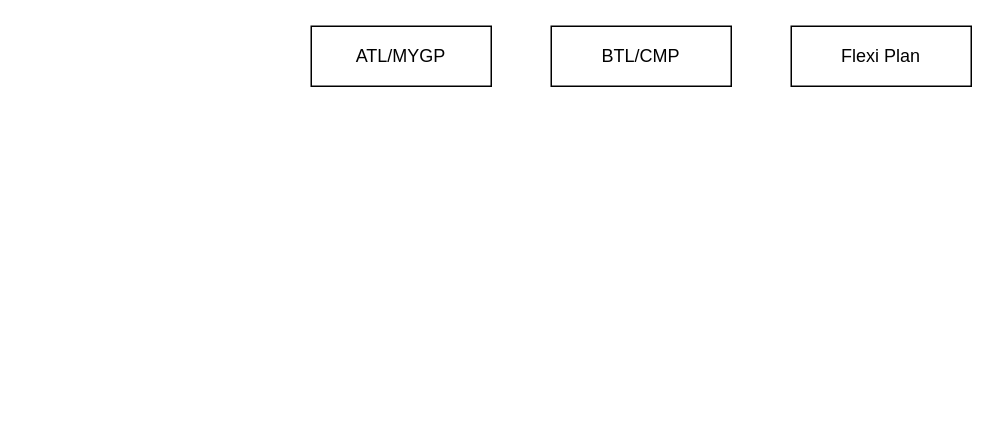
Above: Pack Journey.drawio in sudiptobd/diagrams (draw.io), before the change. Source tidied: cells renumbered, new cells numbered last; positions are measured from the earlier drawing's top-left corner, leaving out a move shared by most shapes. Both pictures are drawn from the tidied source at 150%, with x=0, y=0 at pixel (310, 26).
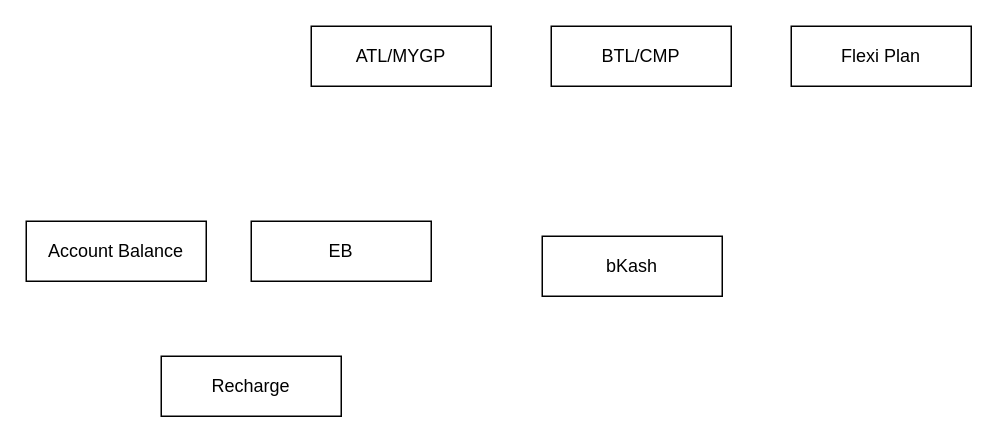
The same diagram, later.

Commit message:
payment options

The edit, as a diff of the source:
```diff
@@
 <mxGraphModel>
   <root>
     <mxCell id="0" />
     <mxCell id="1" parent="0" />
     <mxCell id="2" value="ATL/MYGP" style="rounded=0;whiteSpace=wrap;html=1;" parent="1" vertex="1">
       <mxGeometry width="120" height="40" as="geometry" />
     </mxCell>
     <mxCell id="3" value="BTL/CMP" style="rounded=0;whiteSpace=wrap;html=1;" parent="1" vertex="1">
       <mxGeometry x="160" width="120" height="40" as="geometry" />
     </mxCell>
     <mxCell id="4" value="Flexi Plan" style="rounded=0;whiteSpace=wrap;html=1;" parent="1" vertex="1">
       <mxGeometry x="320" width="120" height="40" as="geometry" />
     </mxCell>
+    <mxCell id="5" value="Recharge" style="rounded=0;whiteSpace=wrap;html=1;" parent="1" vertex="1">
+      <mxGeometry x="-100" y="220" width="120" height="40" as="geometry" />
+    </mxCell>
+    <mxCell id="6" value="Account Balance" style="rounded=0;whiteSpace=wrap;html=1;" parent="1" vertex="1">
+      <mxGeometry x="-190" y="130" width="120" height="40" as="geometry" />
+    </mxCell>
+    <mxCell id="7" value="EB" style="rounded=0;whiteSpace=wrap;html=1;" parent="1" vertex="1">
+      <mxGeometry x="-40" y="130" width="120" height="40" as="geometry" />
+    </mxCell>
+    <mxCell id="8" value="bKash" style="rounded=0;whiteSpace=wrap;html=1;" parent="1" vertex="1">
+      <mxGeometry x="154" y="140" width="120" height="40" as="geometry" />
+    </mxCell>
   </root>
 </mxGraphModel>
```
